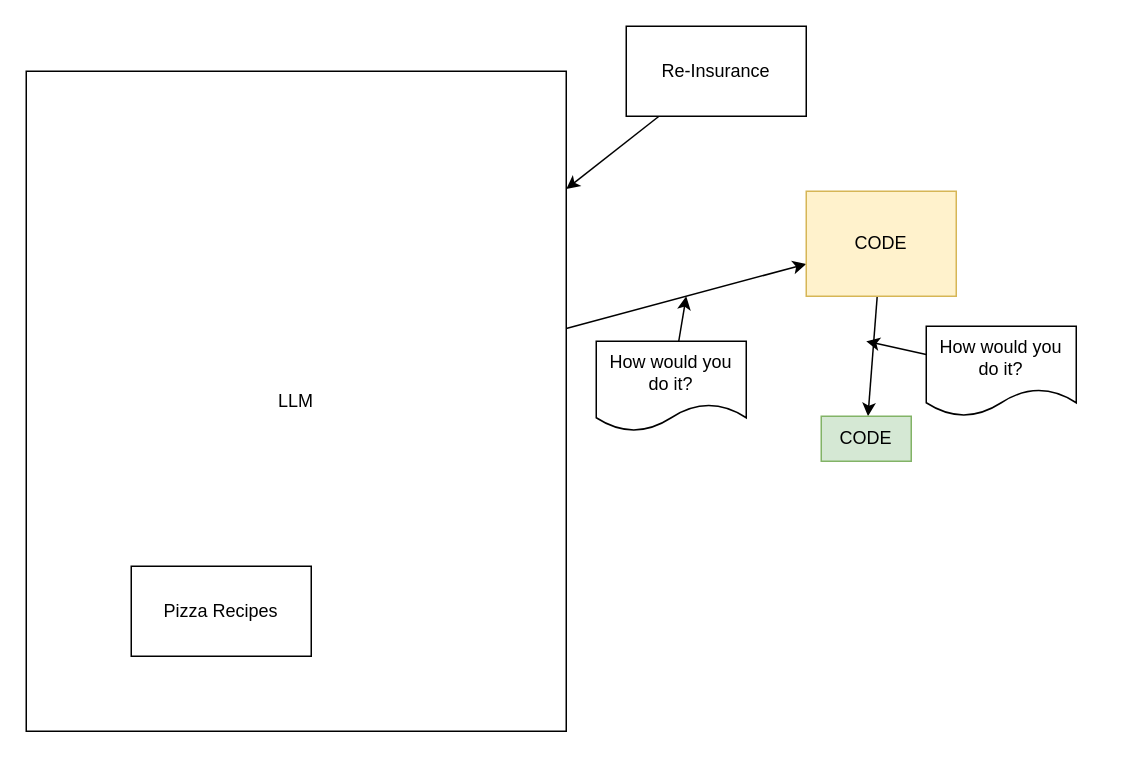
abossard/ghcp-agent-2024 keeps this draw.io diagram as page "LLM" (2 of 2) of agenda.drawio. Above is the earlier version. Source tidied: cells renumbered, new cells numbered last; positions are measured from the earlier drawing's top-left corner, leaving out a move shared by most shapes. Both pictures are drawn from the tidied source at 150%, with x=0, y=0 at pixel (26, 26).
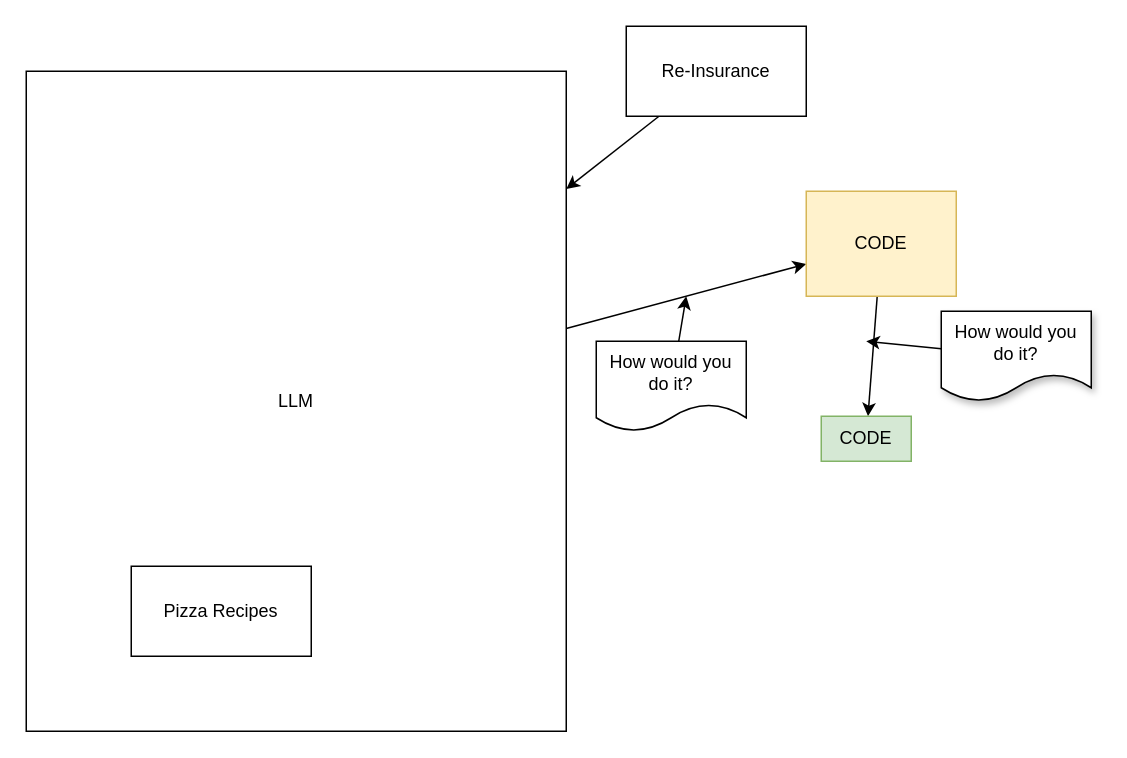
The same diagram, later.

The edit, as a diff of the source:
```diff
@@
 <mxGraphModel>
   <root>
     <mxCell id="0" />
     <mxCell id="1" parent="0" />
     <mxCell id="2" style="edgeStyle=none;html=1;" parent="1" edge="1" source="3" target="5">
       <mxGeometry relative="1" as="geometry" />
     </mxCell>
     <mxCell id="3" value="LLM" style="rounded=0;whiteSpace=wrap;html=1;" parent="1" vertex="1">
       <mxGeometry y="30" width="360" height="440" as="geometry" />
     </mxCell>
     <mxCell id="4" style="edgeStyle=none;html=1;" parent="1" edge="1" source="5" target="6">
       <mxGeometry relative="1" as="geometry" />
     </mxCell>
     <mxCell id="5" value="CODE" style="rounded=0;whiteSpace=wrap;html=1;fillColor=#fff2cc;strokeColor=#d6b656;" parent="1" vertex="1">
       <mxGeometry x="520" y="110" width="100" height="70" as="geometry" />
     </mxCell>
     <mxCell id="6" value="CODE" style="rounded=0;whiteSpace=wrap;html=1;fillColor=#d5e8d4;strokeColor=#82b366;" parent="1" vertex="1">
       <mxGeometry x="530" y="260" width="60" height="30" as="geometry" />
     </mxCell>
     <mxCell id="7" value="Pizza Recipes" style="rounded=0;whiteSpace=wrap;html=1;" parent="1" vertex="1">
       <mxGeometry x="70" y="360" width="120" height="60" as="geometry" />
     </mxCell>
     <mxCell id="8" style="edgeStyle=none;html=1;" parent="1" edge="1" source="9" target="3">
       <mxGeometry relative="1" as="geometry" />
     </mxCell>
     <mxCell id="9" value="Re-Insurance" style="rounded=0;whiteSpace=wrap;html=1;" parent="1" vertex="1">
       <mxGeometry x="400" width="120" height="60" as="geometry" />
     </mxCell>
     <mxCell id="10" style="edgeStyle=none;html=1;" parent="1" edge="1" source="11">
       <mxGeometry relative="1" as="geometry">
         <mxPoint x="440" y="180" as="targetPoint" />
       </mxGeometry>
     </mxCell>
     <mxCell id="11" value="How would you do it?" style="shape=document;whiteSpace=wrap;html=1;boundedLbl=1;" parent="1" vertex="1">
       <mxGeometry x="380" y="210" width="100" height="60" as="geometry" />
     </mxCell>
     <mxCell id="12" style="edgeStyle=none;html=1;" parent="1" edge="1" source="13">
       <mxGeometry relative="1" as="geometry">
         <mxPoint x="560" y="210" as="targetPoint" />
       </mxGeometry>
     </mxCell>
-    <mxCell id="13" value="How would you do it?" style="shape=document;whiteSpace=wrap;html=1;boundedLbl=1;" parent="1" vertex="1">
-      <mxGeometry x="600" y="200" width="100" height="60" as="geometry" />
+    <mxCell id="13" value="How would you do it?" style="shape=document;whiteSpace=wrap;html=1;boundedLbl=1;shadow=1;" parent="1" vertex="1">
+      <mxGeometry x="610" y="190" width="100" height="60" as="geometry" />
     </mxCell>
   </root>
 </mxGraphModel>
```
